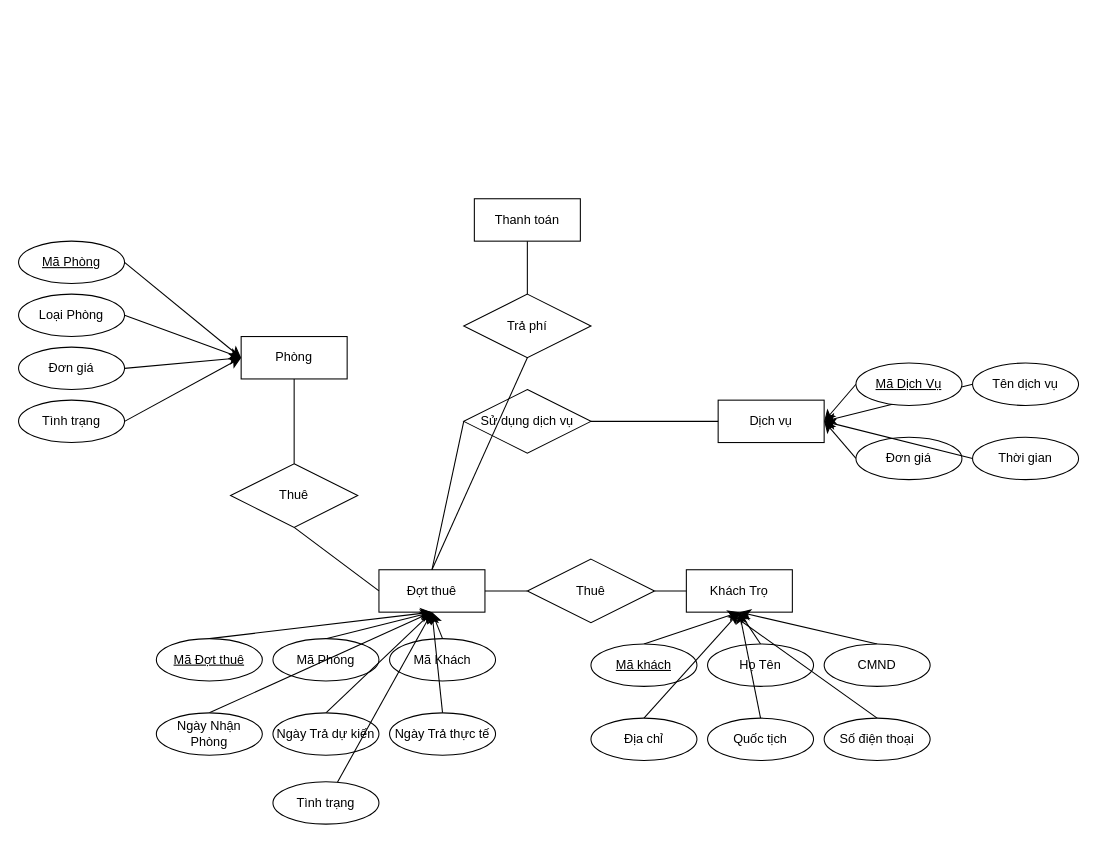
This is DB_HW5_4.drawio from reality8080/DB_HW5_4, a draw.io file, before an edit. Source tidied: cells renumbered, new cells numbered last; positions are measured from the earlier drawing's top-left corner, leaving out a move shared by most shapes. Both pictures are drawn from the tidied source at 106%, with x=0, y=0 at pixel (18, 198).
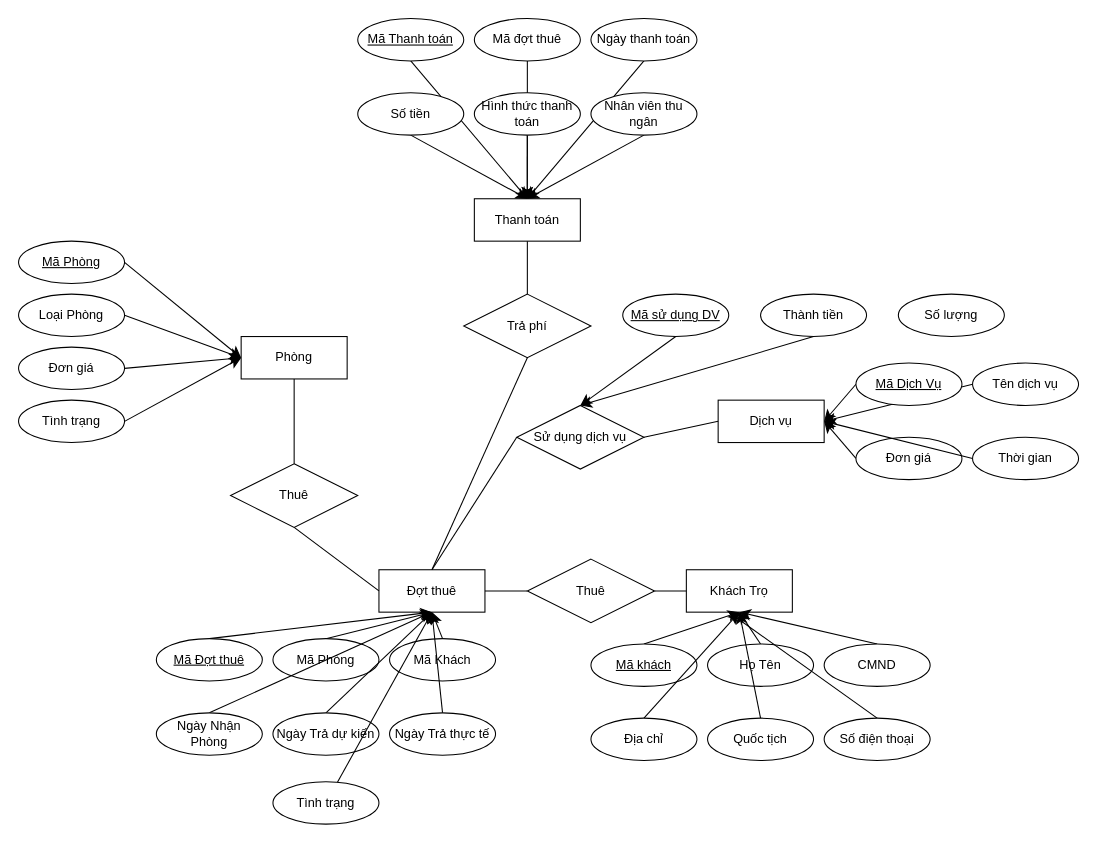
The same diagram, later.

The change refers to these unchanged cells:
```xml
<mxCell id="6" value="Thanh toán" style="whiteSpace=wrap;html=1;align=center;" parent="1" vertex="1">
  <mxGeometry x="430" width="100" height="40" as="geometry" />
</mxCell>
```

Diff of the diagram source:
```diff
@@
     <mxCell id="9" value="Sử dụng dịch vụ" style="shape=rhombus;perimeter=rhombusPerimeter;whiteSpace=wrap;html=1;align=center;" parent="1" vertex="1">
-      <mxGeometry x="420" y="180" width="120" height="60" as="geometry" />
+      <mxGeometry x="470" y="195" width="120" height="60" as="geometry" />
     </mxCell>
@@
+    <mxCell id="61" style="edgeStyle=none;curved=1;rounded=0;jettySize=auto;html=1;exitX=0.5;exitY=1;exitDx=0;exitDy=0;entryX=0.5;entryY=0;entryDx=0;entryDy=0;fontSize=12;startSize=8;endSize=8;" parent="1" edge="1" source="62" target="9">
+      <mxGeometry relative="1" as="geometry" />
+    </mxCell>
+    <mxCell id="62" value="Mã sử dụng DV" style="ellipse;whiteSpace=wrap;html=1;align=center;fontStyle=4;" parent="1" vertex="1">
+      <mxGeometry x="570" y="90" width="100" height="40" as="geometry" />
+    </mxCell>
+    <mxCell id="63" style="edgeStyle=none;curved=1;rounded=0;jettySize=auto;html=1;exitX=0.5;exitY=1;exitDx=0;exitDy=0;entryX=0.5;entryY=0;entryDx=0;entryDy=0;fontSize=12;startSize=8;endSize=8;" parent="1" edge="1" source="64" target="9">
+      <mxGeometry relative="1" as="geometry" />
+    </mxCell>
+    <mxCell id="64" value="Thành tiền" style="ellipse;whiteSpace=wrap;html=1;align=center;" parent="1" vertex="1">
+      <mxGeometry x="700" y="90" width="100" height="40" as="geometry" />
+    </mxCell>
+    <mxCell id="65" value="Số lượng" style="ellipse;whiteSpace=wrap;html=1;align=center;" parent="1" vertex="1">
+      <mxGeometry x="830" y="90" width="100" height="40" as="geometry" />
+    </mxCell>
+    <mxCell id="66" style="edgeStyle=none;curved=1;rounded=0;jettySize=auto;html=1;exitX=0.5;exitY=1;exitDx=0;exitDy=0;fontSize=12;startSize=8;endSize=8;" parent="1" edge="1" source="67">
+      <mxGeometry relative="1" as="geometry">
+        <mxPoint x="479.9" as="targetPoint" />
+      </mxGeometry>
+    </mxCell>
+    <mxCell id="67" value="Mã đợt thuê" style="ellipse;whiteSpace=wrap;html=1;align=center;" parent="1" vertex="1">
+      <mxGeometry x="430" y="-170" width="100" height="40" as="geometry" />
+    </mxCell>
+    <mxCell id="68" style="edgeStyle=none;curved=1;rounded=0;jettySize=auto;html=1;exitX=0.5;exitY=1;exitDx=0;exitDy=0;entryX=0.5;entryY=0;entryDx=0;entryDy=0;fontSize=12;startSize=8;endSize=8;" parent="1" edge="1" source="69" target="6">
+      <mxGeometry relative="1" as="geometry" />
+    </mxCell>
+    <mxCell id="69" value="Mã Thanh toán" style="ellipse;whiteSpace=wrap;html=1;align=center;fontStyle=4;" parent="1" vertex="1">
+      <mxGeometry x="320" y="-170" width="100" height="40" as="geometry" />
+    </mxCell>
+    <mxCell id="70" style="edgeStyle=none;curved=1;rounded=0;jettySize=auto;html=1;exitX=0.5;exitY=1;exitDx=0;exitDy=0;entryX=0.5;entryY=0;entryDx=0;entryDy=0;fontSize=12;startSize=8;endSize=8;" parent="1" edge="1" source="71" target="6">
+      <mxGeometry relative="1" as="geometry" />
+    </mxCell>
+    <mxCell id="71" value="Ngày thanh toán" style="ellipse;whiteSpace=wrap;html=1;align=center;" parent="1" vertex="1">
+      <mxGeometry x="540" y="-170" width="100" height="40" as="geometry" />
+    </mxCell>
+    <mxCell id="72" style="edgeStyle=none;curved=1;rounded=0;jettySize=auto;html=1;exitX=0.5;exitY=1;exitDx=0;exitDy=0;fontSize=12;startSize=8;endSize=8;" parent="1" edge="1" source="73">
+      <mxGeometry relative="1" as="geometry">
+        <mxPoint x="480" as="targetPoint" />
+      </mxGeometry>
+    </mxCell>
+    <mxCell id="73" value="Số tiền" style="ellipse;whiteSpace=wrap;html=1;align=center;" parent="1" vertex="1">
+      <mxGeometry x="320" y="-100" width="100" height="40" as="geometry" />
+    </mxCell>
+    <mxCell id="74" style="edgeStyle=none;curved=1;rounded=0;jettySize=auto;html=1;exitX=0.5;exitY=1;exitDx=0;exitDy=0;fontSize=12;startSize=8;endSize=8;" parent="1" edge="1" source="75">
+      <mxGeometry relative="1" as="geometry">
+        <mxPoint x="479.9" as="targetPoint" />
+      </mxGeometry>
+    </mxCell>
+    <mxCell id="75" value="Hình thức thanh toán" style="ellipse;whiteSpace=wrap;html=1;align=center;" parent="1" vertex="1">
+      <mxGeometry x="430" y="-100" width="100" height="40" as="geometry" />
+    </mxCell>
+    <mxCell id="76" style="edgeStyle=none;curved=1;rounded=0;jettySize=auto;html=1;exitX=0.5;exitY=1;exitDx=0;exitDy=0;entryX=0.5;entryY=0;entryDx=0;entryDy=0;fontSize=12;startSize=8;endSize=8;" parent="1" edge="1" source="77" target="6">
+      <mxGeometry relative="1" as="geometry" />
+    </mxCell>
+    <mxCell id="77" value="Nhân viên thu ngân" style="ellipse;whiteSpace=wrap;html=1;align=center;" parent="1" vertex="1">
+      <mxGeometry x="540" y="-100" width="100" height="40" as="geometry" />
+    </mxCell>
```
